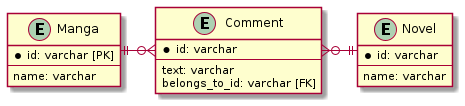
Before: database/25_Polymorphic_Association/assets/problem.png, a diagram exported from PlantUML (shimopino/praha-challenges). Its diagram source:
```plantuml
@startuml problem

entity Manga {
    * id: varchar [PK]
    ---
    name: varchar
}

entity Novel {
    * id: varchar
    ---
    name: varchar
}

entity Comment {
    * id: varchar
    ---
    text: varchar
    belongs_to_id: varchar [FK]
}

Manga ||-r-o{ Comment
Novel ||-l-o{ Comment

@enduml
```
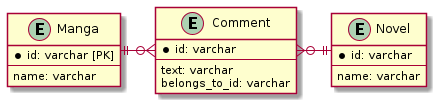
The same file after the commit.

Change to the diagram source:
```diff
@@ -16,7 +16,7 @@
     * id: varchar
     ---
     text: varchar
-    belongs_to_id: varchar [FK]
+    belongs_to_id: varchar
 }
 
 Manga ||-r-o{ Comment
```
